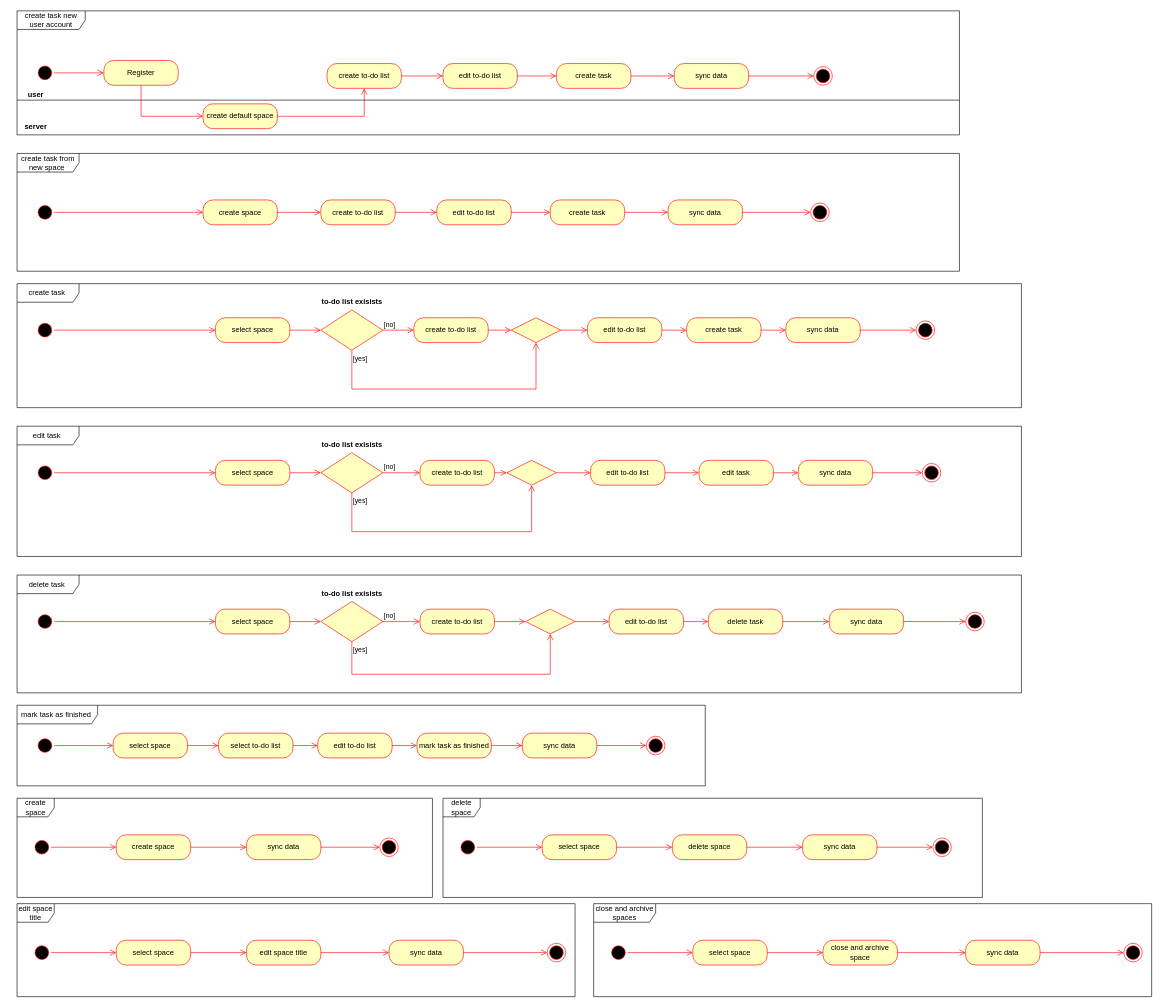
This is docs/raw-docs/Organize_it_activity_diagram.drawio from OrganizeIT-FHCW/OrganizeIT, a draw.io file, before an edit. Source tidied: cells renumbered, new cells numbered last; positions are measured from the earlier drawing's top-left corner, leaving out a move shared by most shapes. Both pictures are drawn from the tidied source at 62%, with x=0, y=0 at pixel (11, 11).
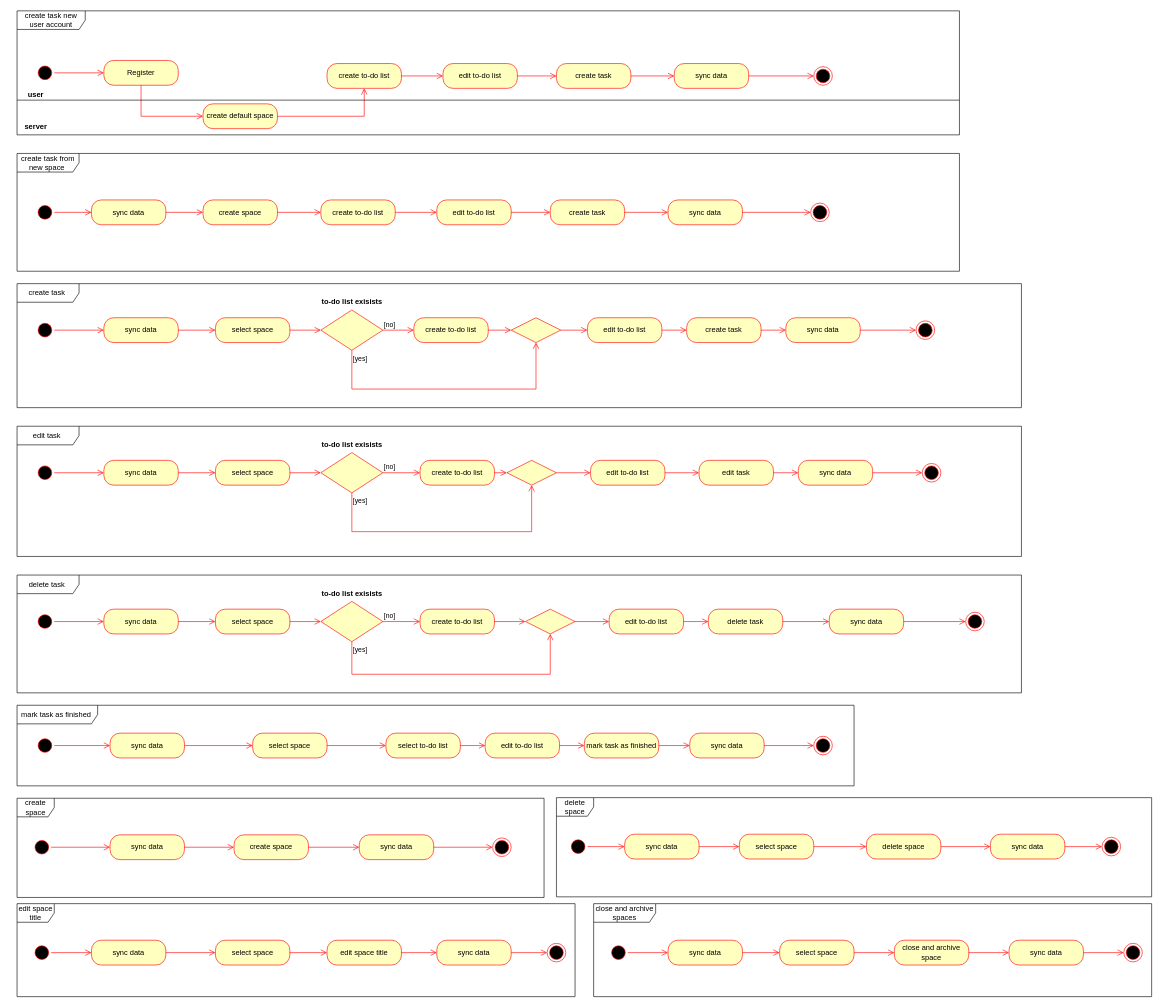
Above is the later version.

Unchanged cells that the change refers to:
```xml
<mxCell id="18" style="ellipse;html=1;shape=startState;fillColor=#000000;strokeColor=#ff0000;" parent="1" vertex="1">
  <mxGeometry x="40" y="310" width="30" height="30" as="geometry" />
</mxCell>
<mxCell id="20" value="create space" style="rounded=1;whiteSpace=wrap;html=1;arcSize=40;fontColor=#000000;fillColor=#ffffc0;strokeColor=#ff0000;" parent="1" vertex="1">
  <mxGeometry x="310" y="305" width="120" height="40" as="geometry" />
</mxCell>
<mxCell id="32" style="ellipse;html=1;shape=startState;fillColor=#000000;strokeColor=#ff0000;" parent="1" vertex="1">
  <mxGeometry x="40" y="500" width="30" height="30" as="geometry" />
</mxCell>
<mxCell id="34" value="select space" style="rounded=1;whiteSpace=wrap;html=1;arcSize=40;fontColor=#000000;fillColor=#ffffc0;strokeColor=#ff0000;" parent="1" vertex="1">
  <mxGeometry x="330" y="495" width="120" height="40" as="geometry" />
</mxCell>
<mxCell id="49" style="ellipse;html=1;shape=startState;fillColor=#000000;strokeColor=#ff0000;" parent="1" vertex="1">
  <mxGeometry x="40" y="730" width="30" height="30" as="geometry" />
</mxCell>
<mxCell id="51" value="select space" style="rounded=1;whiteSpace=wrap;html=1;arcSize=40;fontColor=#000000;fillColor=#ffffc0;strokeColor=#ff0000;" parent="1" vertex="1">
  <mxGeometry x="330" y="725" width="120" height="40" as="geometry" />
</mxCell>
<mxCell id="67" style="ellipse;html=1;shape=startState;fillColor=#000000;strokeColor=#ff0000;" parent="1" vertex="1">
  <mxGeometry x="40" y="970" width="30" height="30" as="geometry" />
</mxCell>
<mxCell id="69" value="select space" style="rounded=1;whiteSpace=wrap;html=1;arcSize=40;fontColor=#000000;fillColor=#ffffc0;strokeColor=#ff0000;" parent="1" vertex="1">
  <mxGeometry x="330" y="965" width="120" height="40" as="geometry" />
</mxCell>
<mxCell id="84" style="ellipse;html=1;shape=startState;fillColor=#000000;strokeColor=#ff0000;" parent="1" vertex="1">
  <mxGeometry x="40" y="1170" width="30" height="30" as="geometry" />
</mxCell>
<mxCell id="101" style="ellipse;html=1;shape=startState;fillColor=#000000;strokeColor=#ff0000;" parent="1" vertex="1">
  <mxGeometry x="35" y="1334" width="30" height="30" as="geometry" />
</mxCell>
<mxCell id="119" style="ellipse;html=1;shape=startState;fillColor=#000000;strokeColor=#ff0000;" parent="1" vertex="1">
  <mxGeometry x="35" y="1504" width="30" height="30" as="geometry" />
</mxCell>
<mxCell id="132" style="ellipse;html=1;shape=startState;fillColor=#000000;strokeColor=#ff0000;" parent="1" vertex="1">
  <mxGeometry x="965" y="1504" width="30" height="30" as="geometry" />
</mxCell>
```

Change to the diagram source:
```diff
@@
-    <mxCell id="19" style="edgeStyle=orthogonalEdgeStyle;html=1;verticalAlign=bottom;endArrow=open;endSize=8;strokeColor=#ff0000;rounded=0;" parent="1" edge="1" source="18" target="20">
+    <mxCell id="19" style="edgeStyle=orthogonalEdgeStyle;html=1;verticalAlign=bottom;endArrow=open;endSize=8;strokeColor=#ff0000;rounded=0;" parent="1" edge="1" source="18" target="147">
       <mxGeometry relative="1" as="geometry" />
     </mxCell>
@@
-    <mxCell id="33" style="edgeStyle=orthogonalEdgeStyle;html=1;verticalAlign=bottom;endArrow=open;endSize=8;strokeColor=#ff0000;rounded=0;" parent="1" edge="1" source="32" target="34">
+    <mxCell id="33" style="edgeStyle=orthogonalEdgeStyle;html=1;verticalAlign=bottom;endArrow=open;endSize=8;strokeColor=#ff0000;rounded=0;" parent="1" edge="1" source="32" target="149">
       <mxGeometry relative="1" as="geometry" />
     </mxCell>
@@
-    <mxCell id="50" style="edgeStyle=orthogonalEdgeStyle;html=1;verticalAlign=bottom;endArrow=open;endSize=8;strokeColor=#ff0000;rounded=0;" parent="1" edge="1" source="49" target="51">
+    <mxCell id="50" style="edgeStyle=orthogonalEdgeStyle;html=1;verticalAlign=bottom;endArrow=open;endSize=8;strokeColor=#ff0000;rounded=0;" parent="1" edge="1" source="49" target="153">
       <mxGeometry relative="1" as="geometry" />
     </mxCell>
@@
-    <mxCell id="68" style="edgeStyle=orthogonalEdgeStyle;html=1;verticalAlign=bottom;endArrow=open;endSize=8;strokeColor=#ff0000;rounded=0;" parent="1" edge="1" source="67" target="69">
+    <mxCell id="68" style="edgeStyle=orthogonalEdgeStyle;html=1;verticalAlign=bottom;endArrow=open;endSize=8;strokeColor=#ff0000;rounded=0;" parent="1" edge="1" source="67" target="151">
       <mxGeometry relative="1" as="geometry" />
     </mxCell>
@@
-    <mxCell id="85" style="edgeStyle=orthogonalEdgeStyle;html=1;verticalAlign=bottom;endArrow=open;endSize=8;strokeColor=#ff0000;rounded=0;" parent="1" edge="1" source="84" target="86">
+    <mxCell id="85" style="edgeStyle=orthogonalEdgeStyle;html=1;verticalAlign=bottom;endArrow=open;endSize=8;strokeColor=#ff0000;rounded=0;" parent="1" edge="1" source="84" target="155">
       <mxGeometry relative="1" as="geometry" />
     </mxCell>
     <mxCell id="86" value="select space" style="rounded=1;whiteSpace=wrap;html=1;arcSize=40;fontColor=#000000;fillColor=#ffffc0;strokeColor=#ff0000;" parent="1" vertex="1">
-      <mxGeometry x="165" y="1165" width="120" height="40" as="geometry" />
+      <mxGeometry x="390" y="1165" width="120" height="40" as="geometry" />
     </mxCell>
@@
     <mxCell id="88" value="sync data" style="rounded=1;whiteSpace=wrap;html=1;arcSize=40;fontColor=#000000;fillColor=#ffffc0;strokeColor=#ff0000;" parent="1" vertex="1">
-      <mxGeometry x="825" y="1165" width="120" height="40" as="geometry" />
+      <mxGeometry x="1095" y="1165" width="120" height="40" as="geometry" />
     </mxCell>
@@
     <mxCell id="90" style="ellipse;html=1;shape=endState;fillColor=#000000;strokeColor=#ff0000;" parent="1" vertex="1">
-      <mxGeometry x="1025" y="1170" width="30" height="30" as="geometry" />
+      <mxGeometry x="1295" y="1170" width="30" height="30" as="geometry" />
     </mxCell>
@@
     <mxCell id="92" value="edit to-do list" style="rounded=1;whiteSpace=wrap;html=1;arcSize=40;fontColor=#000000;fillColor=#ffffc0;strokeColor=#ff0000;" parent="1" vertex="1">
-      <mxGeometry x="495" y="1165" width="120" height="40" as="geometry" />
+      <mxGeometry x="765" y="1165" width="120" height="40" as="geometry" />
     </mxCell>
@@
     <mxCell id="94" value="mark task as finished" style="rounded=1;whiteSpace=wrap;html=1;arcSize=40;fontColor=#000000;fillColor=#ffffc0;strokeColor=#ff0000;" parent="1" vertex="1">
-      <mxGeometry x="655" y="1165" width="120" height="40" as="geometry" />
+      <mxGeometry x="925" y="1165" width="120" height="40" as="geometry" />
     </mxCell>
     <mxCell id="95" value="mark task as finished&amp;nbsp;" style="shape=umlFrame;whiteSpace=wrap;html=1;width=130;height=30;" parent="1" vertex="1">
-      <mxGeometry x="10" y="1120" width="1110" height="130" as="geometry" />
+      <mxGeometry x="10" y="1120" width="1350" height="130" as="geometry" />
     </mxCell>
     <mxCell id="96" value="select to-do list" style="rounded=1;whiteSpace=wrap;html=1;arcSize=40;fontColor=#000000;fillColor=#ffffc0;strokeColor=#ff0000;" parent="1" vertex="1">
-      <mxGeometry x="335" y="1165" width="120" height="40" as="geometry" />
+      <mxGeometry x="605" y="1165" width="120" height="40" as="geometry" />
     </mxCell>
@@
-    <mxCell id="102" style="edgeStyle=orthogonalEdgeStyle;html=1;verticalAlign=bottom;endArrow=open;endSize=8;strokeColor=#ff0000;rounded=0;" parent="1" edge="1" source="101" target="103">
+    <mxCell id="102" style="edgeStyle=orthogonalEdgeStyle;html=1;verticalAlign=bottom;endArrow=open;endSize=8;strokeColor=#ff0000;rounded=0;" parent="1" edge="1" source="101" target="157">
       <mxGeometry relative="1" as="geometry" />
     </mxCell>
     <mxCell id="103" value="create space" style="rounded=1;whiteSpace=wrap;html=1;arcSize=40;fontColor=#000000;fillColor=#ffffc0;strokeColor=#ff0000;" parent="1" vertex="1">
-      <mxGeometry x="170" y="1329" width="120" height="40" as="geometry" />
+      <mxGeometry x="360" y="1329" width="120" height="40" as="geometry" />
     </mxCell>
@@
     <mxCell id="105" value="sync data" style="rounded=1;whiteSpace=wrap;html=1;arcSize=40;fontColor=#000000;fillColor=#ffffc0;strokeColor=#ff0000;" parent="1" vertex="1">
-      <mxGeometry x="380" y="1329" width="120" height="40" as="geometry" />
+      <mxGeometry x="562" y="1329" width="120" height="40" as="geometry" />
     </mxCell>
@@
     <mxCell id="107" style="ellipse;html=1;shape=endState;fillColor=#000000;strokeColor=#ff0000;" parent="1" vertex="1">
-      <mxGeometry x="595" y="1334" width="30" height="30" as="geometry" />
+      <mxGeometry x="777" y="1334" width="30" height="30" as="geometry" />
     </mxCell>
     <mxCell id="108" value="create space" style="shape=umlFrame;whiteSpace=wrap;html=1;" parent="1" vertex="1">
-      <mxGeometry x="10" y="1270" width="670" height="160" as="geometry" />
+      <mxGeometry x="10" y="1270" width="850" height="160" as="geometry" />
     </mxCell>
     <mxCell id="109" style="ellipse;html=1;shape=startState;fillColor=#000000;strokeColor=#ff0000;" parent="1" vertex="1">
-      <mxGeometry x="722" y="1334" width="30" height="30" as="geometry" />
+      <mxGeometry x="900" y="1333" width="30" height="30" as="geometry" />
     </mxCell>
-    <mxCell id="110" style="edgeStyle=orthogonalEdgeStyle;html=1;verticalAlign=bottom;endArrow=open;endSize=8;strokeColor=#ff0000;rounded=0;" parent="1" edge="1" source="109" target="117">
+    <mxCell id="110" style="edgeStyle=orthogonalEdgeStyle;html=1;verticalAlign=bottom;endArrow=open;endSize=8;strokeColor=#ff0000;rounded=0;" parent="1" edge="1" source="109" target="159">
       <mxGeometry relative="1" as="geometry" />
     </mxCell>
     <mxCell id="111" value="delete space" style="rounded=1;whiteSpace=wrap;html=1;arcSize=40;fontColor=#000000;fillColor=#ffffc0;strokeColor=#ff0000;" parent="1" vertex="1">
-      <mxGeometry x="1067" y="1329" width="120" height="40" as="geometry" />
+      <mxGeometry x="1380" y="1328" width="120" height="40" as="geometry" />
     </mxCell>
@@
     <mxCell id="113" value="sync data" style="rounded=1;whiteSpace=wrap;html=1;arcSize=40;fontColor=#000000;fillColor=#ffffc0;strokeColor=#ff0000;" parent="1" vertex="1">
-      <mxGeometry x="1277" y="1329" width="120" height="40" as="geometry" />
+      <mxGeometry x="1580" y="1328" width="120" height="40" as="geometry" />
     </mxCell>
@@
     <mxCell id="115" style="ellipse;html=1;shape=endState;fillColor=#000000;strokeColor=#ff0000;" parent="1" vertex="1">
-      <mxGeometry x="1487" y="1334" width="30" height="30" as="geometry" />
+      <mxGeometry x="1760" y="1333" width="30" height="30" as="geometry" />
     </mxCell>
     <mxCell id="116" value="delete space" style="shape=umlFrame;whiteSpace=wrap;html=1;" parent="1" vertex="1">
-      <mxGeometry x="697" y="1270" width="870" height="160" as="geometry" />
+      <mxGeometry x="880" y="1269" width="960" height="160" as="geometry" />
     </mxCell>
     <mxCell id="117" value="select space" style="rounded=1;whiteSpace=wrap;html=1;arcSize=40;fontColor=#000000;fillColor=#ffffc0;strokeColor=#ff0000;" parent="1" vertex="1">
-      <mxGeometry x="857" y="1329" width="120" height="40" as="geometry" />
+      <mxGeometry x="1175" y="1328" width="120" height="40" as="geometry" />
     </mxCell>
@@
-    <mxCell id="120" style="edgeStyle=orthogonalEdgeStyle;html=1;verticalAlign=bottom;endArrow=open;endSize=8;strokeColor=#ff0000;rounded=0;" parent="1" edge="1" source="119" target="127">
+    <mxCell id="120" style="edgeStyle=orthogonalEdgeStyle;html=1;verticalAlign=bottom;endArrow=open;endSize=8;strokeColor=#ff0000;rounded=0;" parent="1" edge="1" source="119" target="161">
       <mxGeometry relative="1" as="geometry" />
     </mxCell>
     <mxCell id="121" value="edit space title" style="rounded=1;whiteSpace=wrap;html=1;arcSize=40;fontColor=#000000;fillColor=#ffffc0;strokeColor=#ff0000;" parent="1" vertex="1">
-      <mxGeometry x="380" y="1499" width="120" height="40" as="geometry" />
+      <mxGeometry x="510" y="1499" width="120" height="40" as="geometry" />
     </mxCell>
@@
     <mxCell id="123" value="sync data" style="rounded=1;whiteSpace=wrap;html=1;arcSize=40;fontColor=#000000;fillColor=#ffffc0;strokeColor=#ff0000;" parent="1" vertex="1">
-      <mxGeometry x="610" y="1499" width="120" height="40" as="geometry" />
+      <mxGeometry x="687" y="1499" width="120" height="40" as="geometry" />
     </mxCell>
@@
     <mxCell id="127" value="select space" style="rounded=1;whiteSpace=wrap;html=1;arcSize=40;fontColor=#000000;fillColor=#ffffc0;strokeColor=#ff0000;" parent="1" vertex="1">
-      <mxGeometry x="170" y="1499" width="120" height="40" as="geometry" />
+      <mxGeometry x="330" y="1499" width="120" height="40" as="geometry" />
     </mxCell>
@@
-    <mxCell id="133" style="edgeStyle=orthogonalEdgeStyle;html=1;verticalAlign=bottom;endArrow=open;endSize=8;strokeColor=#ff0000;rounded=0;" parent="1" edge="1" source="132" target="140">
+    <mxCell id="133" style="edgeStyle=orthogonalEdgeStyle;html=1;verticalAlign=bottom;endArrow=open;endSize=8;strokeColor=#ff0000;rounded=0;" parent="1" edge="1" source="132" target="163">
       <mxGeometry relative="1" as="geometry" />
     </mxCell>
     <mxCell id="134" value="close and archive space" style="rounded=1;whiteSpace=wrap;html=1;arcSize=40;fontColor=#000000;fillColor=#ffffc0;strokeColor=#ff0000;" parent="1" vertex="1">
-      <mxGeometry x="1310" y="1499" width="120" height="40" as="geometry" />
+      <mxGeometry x="1425" y="1499" width="120" height="40" as="geometry" />
     </mxCell>
@@
     <mxCell id="136" value="sync data" style="rounded=1;whiteSpace=wrap;html=1;arcSize=40;fontColor=#000000;fillColor=#ffffc0;strokeColor=#ff0000;" parent="1" vertex="1">
-      <mxGeometry x="1540" y="1499" width="120" height="40" as="geometry" />
+      <mxGeometry x="1610" y="1499" width="120" height="40" as="geometry" />
     </mxCell>
@@
     <mxCell id="140" value="select space" style="rounded=1;whiteSpace=wrap;html=1;arcSize=40;fontColor=#000000;fillColor=#ffffc0;strokeColor=#ff0000;" parent="1" vertex="1">
-      <mxGeometry x="1100" y="1499" width="120" height="40" as="geometry" />
+      <mxGeometry x="1240" y="1499" width="120" height="40" as="geometry" />
     </mxCell>
@@
+    <mxCell id="147" value="sync data" style="rounded=1;whiteSpace=wrap;html=1;arcSize=40;fontColor=#000000;fillColor=#ffffc0;strokeColor=#ff0000;" parent="1" vertex="1">
+      <mxGeometry x="130" y="305" width="120" height="40" as="geometry" />
+    </mxCell>
+    <mxCell id="148" style="edgeStyle=orthogonalEdgeStyle;html=1;verticalAlign=bottom;endArrow=open;endSize=8;strokeColor=#ff0000;rounded=0;" parent="1" edge="1" source="147" target="20">
+      <mxGeometry relative="1" as="geometry" />
+    </mxCell>
+    <mxCell id="149" value="sync data" style="rounded=1;whiteSpace=wrap;html=1;arcSize=40;fontColor=#000000;fillColor=#ffffc0;strokeColor=#ff0000;" parent="1" vertex="1">
+      <mxGeometry x="150" y="495" width="120" height="40" as="geometry" />
+    </mxCell>
+    <mxCell id="150" style="edgeStyle=orthogonalEdgeStyle;html=1;verticalAlign=bottom;endArrow=open;endSize=8;strokeColor=#ff0000;rounded=0;" parent="1" edge="1" source="149" target="34">
+      <mxGeometry relative="1" as="geometry" />
+    </mxCell>
+    <mxCell id="151" value="sync data" style="rounded=1;whiteSpace=wrap;html=1;arcSize=40;fontColor=#000000;fillColor=#ffffc0;strokeColor=#ff0000;" parent="1" vertex="1">
+      <mxGeometry x="150" y="965" width="120" height="40" as="geometry" />
+    </mxCell>
+    <mxCell id="152" style="edgeStyle=orthogonalEdgeStyle;html=1;verticalAlign=bottom;endArrow=open;endSize=8;strokeColor=#ff0000;rounded=0;" parent="1" edge="1" source="151" target="69">
+      <mxGeometry relative="1" as="geometry" />
+    </mxCell>
+    <mxCell id="153" value="sync data" style="rounded=1;whiteSpace=wrap;html=1;arcSize=40;fontColor=#000000;fillColor=#ffffc0;strokeColor=#ff0000;" parent="1" vertex="1">
+      <mxGeometry x="150" y="725" width="120" height="40" as="geometry" />
+    </mxCell>
+    <mxCell id="154" style="edgeStyle=orthogonalEdgeStyle;html=1;verticalAlign=bottom;endArrow=open;endSize=8;strokeColor=#ff0000;rounded=0;" parent="1" edge="1" source="153" target="51">
+      <mxGeometry relative="1" as="geometry" />
+    </mxCell>
+    <mxCell id="155" value="sync data" style="rounded=1;whiteSpace=wrap;html=1;arcSize=40;fontColor=#000000;fillColor=#ffffc0;strokeColor=#ff0000;" parent="1" vertex="1">
+      <mxGeometry x="160" y="1165" width="120" height="40" as="geometry" />
+    </mxCell>
+    <mxCell id="156" style="edgeStyle=orthogonalEdgeStyle;html=1;verticalAlign=bottom;endArrow=open;endSize=8;strokeColor=#ff0000;rounded=0;" parent="1" edge="1" source="155" target="86">
+      <mxGeometry relative="1" as="geometry" />
+    </mxCell>
+    <mxCell id="157" value="sync data" style="rounded=1;whiteSpace=wrap;html=1;arcSize=40;fontColor=#000000;fillColor=#ffffc0;strokeColor=#ff0000;" parent="1" vertex="1">
+      <mxGeometry x="160" y="1329" width="120" height="40" as="geometry" />
+    </mxCell>
+    <mxCell id="158" style="edgeStyle=orthogonalEdgeStyle;html=1;verticalAlign=bottom;endArrow=open;endSize=8;strokeColor=#ff0000;rounded=0;" parent="1" edge="1" source="157" target="103">
+      <mxGeometry relative="1" as="geometry" />
+    </mxCell>
+    <mxCell id="159" value="sync data" style="rounded=1;whiteSpace=wrap;html=1;arcSize=40;fontColor=#000000;fillColor=#ffffc0;strokeColor=#ff0000;" parent="1" vertex="1">
+      <mxGeometry x="990" y="1328" width="120" height="40" as="geometry" />
+    </mxCell>
+    <mxCell id="160" style="edgeStyle=orthogonalEdgeStyle;html=1;verticalAlign=bottom;endArrow=open;endSize=8;strokeColor=#ff0000;rounded=0;" parent="1" edge="1" source="159" target="117">
+      <mxGeometry relative="1" as="geometry" />
+    </mxCell>
+    <mxCell id="161" value="sync data" style="rounded=1;whiteSpace=wrap;html=1;arcSize=40;fontColor=#000000;fillColor=#ffffc0;strokeColor=#ff0000;" parent="1" vertex="1">
+      <mxGeometry x="130" y="1499" width="120" height="40" as="geometry" />
+    </mxCell>
+    <mxCell id="162" style="edgeStyle=orthogonalEdgeStyle;html=1;verticalAlign=bottom;endArrow=open;endSize=8;strokeColor=#ff0000;rounded=0;" parent="1" edge="1" source="161" target="127">
+      <mxGeometry relative="1" as="geometry" />
+    </mxCell>
+    <mxCell id="163" value="sync data" style="rounded=1;whiteSpace=wrap;html=1;arcSize=40;fontColor=#000000;fillColor=#ffffc0;strokeColor=#ff0000;" parent="1" vertex="1">
+      <mxGeometry x="1060" y="1499" width="120" height="40" as="geometry" />
+    </mxCell>
+    <mxCell id="164" style="edgeStyle=orthogonalEdgeStyle;html=1;verticalAlign=bottom;endArrow=open;endSize=8;strokeColor=#ff0000;rounded=0;" parent="1" edge="1" source="163" target="140">
+      <mxGeometry relative="1" as="geometry" />
+    </mxCell>
```
